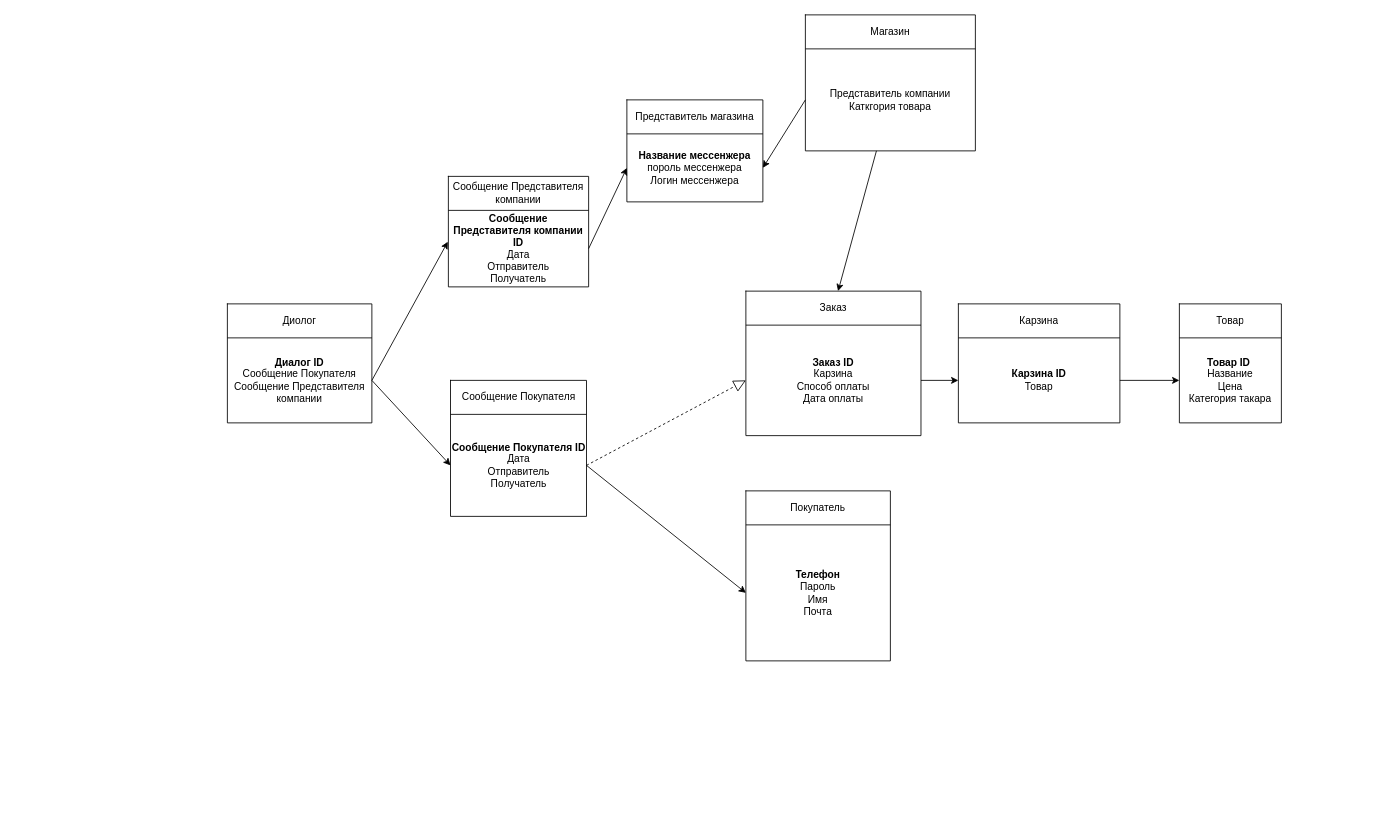
Earlier version of the draw.io diagram Untitled Diagram.drawio (HegelPro/db-diagram). Source tidied: cells renumbered, new cells numbered last; positions are measured from the earlier drawing's top-left corner, leaving out a move shared by most shapes. Both pictures are drawn from the tidied source at 85%, with x=0, y=0 at pixel (227, 14).
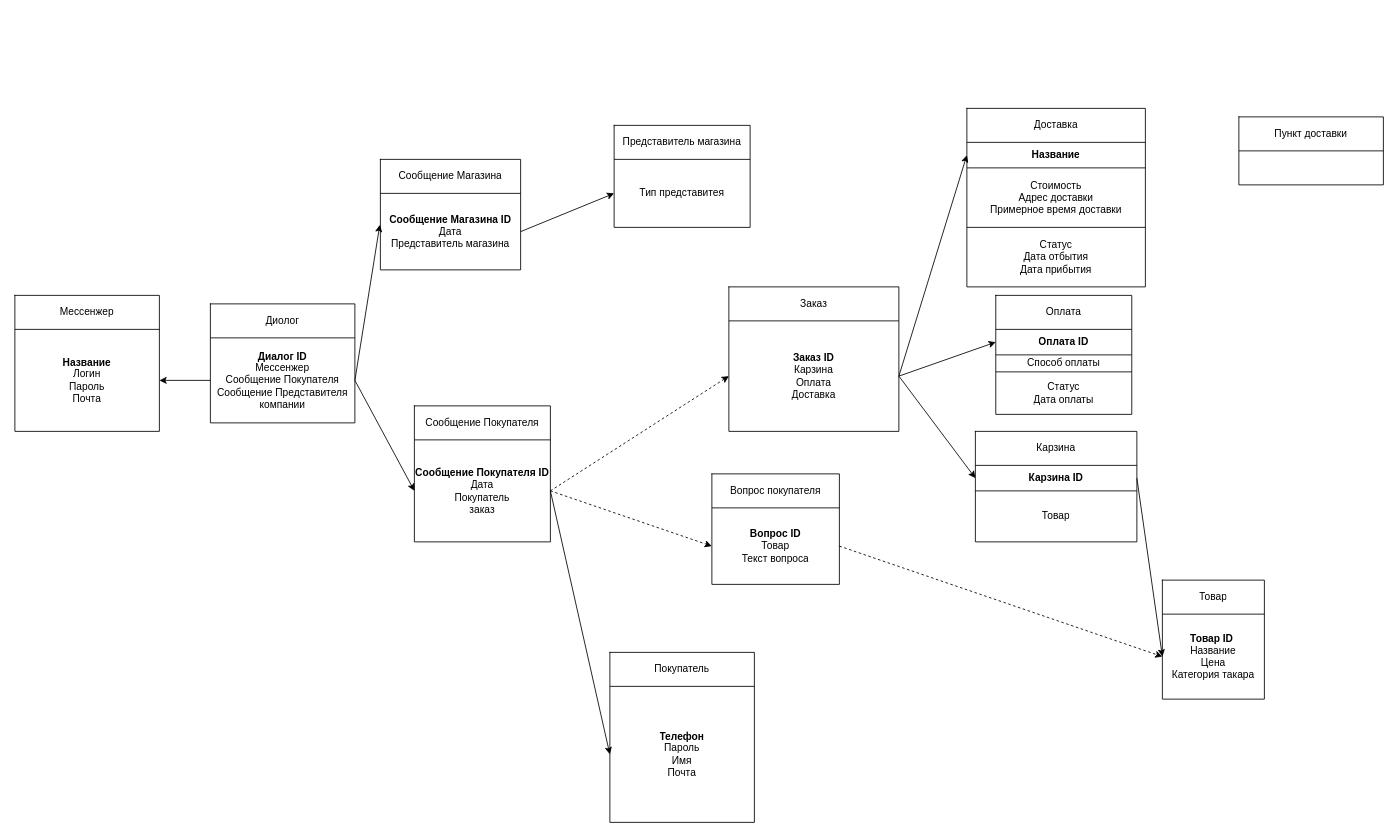
After the change.

Unchanged cells that the change refers to:
```xml
<mxCell id="11" style="shape=partialRectangle;html=1;whiteSpace=wrap;fillColor=none;top=0;left=0;bottom=0;right=0;points=[[0,0.5],[1,0.5]];portConstraint=eastwest;" parent="8" vertex="1">
  <mxGeometry y="40" width="160" height="120" as="geometry" />
</mxCell>
<mxCell id="16" style="shape=partialRectangle;html=1;whiteSpace=wrap;fillColor=none;top=0;left=0;bottom=0;right=0;points=[[0,0.5],[1,0.5]];portConstraint=eastwest;" parent="13" vertex="1">
  <mxGeometry y="40" width="170" height="100" as="geometry" />
</mxCell>
<mxCell id="21" style="shape=partialRectangle;html=1;whiteSpace=wrap;fillColor=none;top=0;left=0;bottom=0;right=0;points=[[0,0.5],[1,0.5]];portConstraint=eastwest;" parent="18" vertex="1">
  <mxGeometry y="40" width="120" height="100" as="geometry" />
</mxCell>
<mxCell id="41" style="shape=partialRectangle;html=1;whiteSpace=wrap;fillColor=none;top=0;left=0;bottom=0;right=0;points=[[0,0.5],[1,0.5]];portConstraint=eastwest;" parent="38" vertex="1">
  <mxGeometry y="40" width="160" height="80" as="geometry" />
</mxCell>
<mxCell id="44" style="shape=partialRectangle;html=1;whiteSpace=wrap;fillColor=none;top=0;left=0;bottom=0;right=0;points=[[0,0.5],[1,0.5]];portConstraint=eastwest;" parent="43" vertex="1">
  <mxGeometry width="165" height="40" as="geometry" />
</mxCell>
<mxCell id="47" style="shape=partialRectangle;html=1;whiteSpace=wrap;fillColor=none;top=0;left=0;bottom=0;right=0;points=[[0,0.5],[1,0.5]];portConstraint=eastwest;" parent="43" vertex="1">
  <mxGeometry y="40" width="165" height="90" as="geometry" />
</mxCell>
```

What changed in the source:
```diff
@@
     <mxCell id="3" style="shape=table;html=1;whiteSpace=wrap;startSize=0;childLayout=tableLayout;swimlaneFillColor=none;" parent="1" vertex="1">
-      <mxGeometry x="610" y="560" width="170" height="200" as="geometry" />
+      <mxGeometry x="450" y="750" width="170" height="200" as="geometry" />
     </mxCell>
@@
     <mxCell id="8" style="shape=table;html=1;whiteSpace=wrap;startSize=0;childLayout=tableLayout;" parent="1" vertex="1">
-      <mxGeometry x="262.5" y="430" width="160" height="160" as="geometry" />
+      <mxGeometry x="220" y="460" width="160" height="160" as="geometry" />
     </mxCell>
@@
-    <mxCell id="12" value="&lt;b&gt;Сообщение Покупателя ID&lt;/b&gt;&lt;br&gt;Дата&lt;br&gt;Отправитель&lt;br&gt;Получатель" style="shape=partialRectangle;html=1;whiteSpace=wrap;overflow=hidden;fillColor=none;top=0;left=0;bottom=0;right=0;" parent="11" vertex="1">
+    <mxCell id="12" value="&lt;b&gt;Сообщение Покупателя ID&lt;/b&gt;&lt;br&gt;Дата&lt;br&gt;Покупатель&lt;br&gt;заказ" style="shape=partialRectangle;html=1;whiteSpace=wrap;overflow=hidden;fillColor=none;top=0;left=0;bottom=0;right=0;" parent="11" vertex="1">
       <mxGeometry width="160" height="120" as="geometry" />
     </mxCell>
     <mxCell id="13" style="shape=table;html=1;whiteSpace=wrap;startSize=0;childLayout=tableLayout;" parent="1" vertex="1">
-      <mxGeometry y="340" width="170" height="140" as="geometry" />
+      <mxGeometry x="-20" y="340" width="170" height="140" as="geometry" />
     </mxCell>
@@
-    <mxCell id="17" value="&lt;b&gt;Диалог ID&lt;/b&gt;&lt;br&gt;Сообщение Покупателя&lt;br&gt;Сообщение Представителя компании" style="shape=partialRectangle;html=1;whiteSpace=wrap;overflow=hidden;fillColor=none;top=0;left=0;bottom=0;right=0;" parent="16" vertex="1">
+    <mxCell id="17" value="&lt;b&gt;Диалог ID&lt;br&gt;&lt;/b&gt;Мессенжер&lt;br&gt;Сообщение Покупателя&lt;br&gt;Сообщение Представителя компании" style="shape=partialRectangle;html=1;whiteSpace=wrap;overflow=hidden;fillColor=none;top=0;left=0;bottom=0;right=0;" parent="16" vertex="1">
       <mxGeometry width="170" height="100" as="geometry" />
     </mxCell>
     <mxCell id="18" style="shape=table;html=1;whiteSpace=wrap;startSize=0;childLayout=tableLayout;" parent="1" vertex="1">
-      <mxGeometry x="1120" y="340" width="120" height="140" as="geometry" />
+      <mxGeometry x="1100" y="665" width="120" height="140" as="geometry" />
     </mxCell>
@@
     <mxCell id="23" style="shape=table;html=1;whiteSpace=wrap;startSize=0;childLayout=tableLayout;" parent="1" vertex="1">
-      <mxGeometry x="860" y="340" width="190" height="140" as="geometry" />
+      <mxGeometry x="880" y="490" width="190" height="130" as="geometry" />
     </mxCell>
@@
     <mxCell id="26" style="shape=partialRectangle;html=1;whiteSpace=wrap;fillColor=none;top=0;left=0;bottom=0;right=0;points=[[0,0.5],[1,0.5]];portConstraint=eastwest;" parent="23" vertex="1">
-      <mxGeometry y="40" width="190" height="100" as="geometry" />
+      <mxGeometry y="40" width="190" height="30" as="geometry" />
     </mxCell>
-    <mxCell id="27" value="&lt;b&gt;Карзина ID&lt;/b&gt;&lt;br&gt;Товар" style="shape=partialRectangle;html=1;whiteSpace=wrap;overflow=hidden;fillColor=none;top=0;left=0;bottom=0;right=0;" parent="26" vertex="1">
-      <mxGeometry width="190" height="100" as="geometry" />
+    <mxCell id="27" value="&lt;b&gt;Карзина ID&lt;/b&gt;" style="shape=partialRectangle;html=1;whiteSpace=wrap;overflow=hidden;fillColor=none;top=0;left=0;bottom=0;right=0;" parent="26" vertex="1">
+      <mxGeometry width="190" height="30" as="geometry" />
     </mxCell>
+    <mxCell id="58" style="shape=partialRectangle;html=1;whiteSpace=wrap;fillColor=none;top=0;left=0;bottom=0;right=0;" parent="23" vertex="1">
+      <mxGeometry y="70" width="190" height="60" as="geometry" />
+    </mxCell>
+    <mxCell id="59" value="Товар" style="shape=partialRectangle;html=1;whiteSpace=wrap;overflow=hidden;fillColor=none;top=0;left=0;bottom=0;right=0;" parent="58" vertex="1">
+      <mxGeometry width="190" height="60" as="geometry" />
+    </mxCell>
     <mxCell id="28" style="shape=table;html=1;whiteSpace=wrap;startSize=0;childLayout=tableLayout;" parent="1" vertex="1">
-      <mxGeometry x="610" y="325" width="206" height="170" as="geometry" />
+      <mxGeometry x="590" y="320" width="200" height="170" as="geometry" />
     </mxCell>
     <mxCell id="29" style="shape=partialRectangle;html=1;whiteSpace=wrap;fillColor=none;top=0;left=0;bottom=0;right=0;points=[[0,0.5],[1,0.5]];portConstraint=eastwest;" parent="28" vertex="1">
-      <mxGeometry width="206" height="40" as="geometry" />
+      <mxGeometry width="200" height="40" as="geometry" />
     </mxCell>
     <mxCell id="30" value="Заказ" style="shape=partialRectangle;html=1;whiteSpace=wrap;overflow=hidden;fillColor=none;top=0;left=0;bottom=0;right=0;" parent="29" vertex="1">
-      <mxGeometry width="206" height="40" as="geometry" />
+      <mxGeometry width="200" height="40" as="geometry" />
     </mxCell>
     <mxCell id="31" style="shape=partialRectangle;html=1;whiteSpace=wrap;fillColor=none;top=0;left=0;bottom=0;right=0;points=[[0,0.5],[1,0.5]];portConstraint=eastwest;" parent="28" vertex="1">
-      <mxGeometry y="40" width="206" height="130" as="geometry" />
+      <mxGeometry y="40" width="200" height="130" as="geometry" />
     </mxCell>
-    <mxCell id="32" value="&lt;b&gt;Заказ ID&lt;/b&gt;&lt;br&gt;Карзина&lt;br&gt;Способ оплаты&lt;br&gt;Дата оплаты" style="shape=partialRectangle;html=1;whiteSpace=wrap;overflow=hidden;fillColor=none;top=0;left=0;bottom=0;right=0;" parent="31" vertex="1">
-      <mxGeometry width="206" height="130" as="geometry" />
+    <mxCell id="32" value="&lt;b&gt;Заказ ID&lt;/b&gt;&lt;br&gt;Карзина&lt;br&gt;Оплата&lt;br&gt;Доставка" style="shape=partialRectangle;html=1;whiteSpace=wrap;overflow=hidden;fillColor=none;top=0;left=0;bottom=0;right=0;" parent="31" vertex="1">
+      <mxGeometry width="200" height="130" as="geometry" />
     </mxCell>
-    <mxCell id="33" style="shape=table;html=1;whiteSpace=wrap;startSize=0;childLayout=tableLayout;" parent="1" vertex="1">
-      <mxGeometry x="680" width="200" height="160" as="geometry" />
-    </mxCell>
-    <mxCell id="34" style="shape=partialRectangle;html=1;whiteSpace=wrap;fillColor=none;top=0;left=0;bottom=0;right=0;" parent="33" vertex="1">
-      <mxGeometry width="200" height="40" as="geometry" />
-    </mxCell>
-    <mxCell id="35" value="Магазин" style="shape=partialRectangle;html=1;whiteSpace=wrap;overflow=hidden;fillColor=none;top=0;left=0;bottom=0;right=0;" parent="34" vertex="1">
-      <mxGeometry width="200" height="40" as="geometry" />
-    </mxCell>
-    <mxCell id="36" style="shape=partialRectangle;html=1;whiteSpace=wrap;fillColor=none;top=0;left=0;bottom=0;right=0;points=[[0,0.5],[1,0.5]];portConstraint=eastwest;" parent="33" vertex="1">
-      <mxGeometry y="40" width="200" height="120" as="geometry" />
-    </mxCell>
-    <mxCell id="37" value="Представитель компании&lt;br&gt;Каткгория товара" style="shape=partialRectangle;html=1;whiteSpace=wrap;overflow=hidden;fillColor=none;top=0;left=0;bottom=0;right=0;" parent="36" vertex="1">
-      <mxGeometry width="200" height="120" as="geometry" />
-    </mxCell>
     <mxCell id="38" style="shape=table;html=1;whiteSpace=wrap;startSize=0;childLayout=tableLayout;" parent="1" vertex="1">
-      <mxGeometry x="470" y="100" width="160" height="120" as="geometry" />
+      <mxGeometry x="455" y="130" width="160" height="120" as="geometry" />
     </mxCell>
@@
-    <mxCell id="42" value="&lt;b&gt;Название мессенжера&lt;/b&gt;&lt;br&gt;пороль мессенжера&lt;br&gt;Логин мессенжера" style="shape=partialRectangle;html=1;whiteSpace=wrap;overflow=hidden;fillColor=none;top=0;left=0;bottom=0;right=0;" parent="41" vertex="1">
+    <mxCell id="42" value="Тип представитея" style="shape=partialRectangle;html=1;whiteSpace=wrap;overflow=hidden;fillColor=none;top=0;left=0;bottom=0;right=0;" parent="41" vertex="1">
       <mxGeometry width="160" height="80" as="geometry" />
     </mxCell>
     <mxCell id="43" style="shape=table;html=1;whiteSpace=wrap;startSize=0;childLayout=tableLayout;shadow=0;" parent="1" vertex="1">
-      <mxGeometry x="260" y="190" width="165" height="130" as="geometry" />
+      <mxGeometry x="180" y="170" width="165" height="130" as="geometry" />
     </mxCell>
@@
-    <mxCell id="45" value="Сообщение Представителя компании" style="shape=partialRectangle;html=1;whiteSpace=wrap;overflow=hidden;fillColor=none;top=0;left=0;bottom=0;right=0;" parent="44" vertex="1">
+    <mxCell id="45" value="Сообщение Магазина" style="shape=partialRectangle;html=1;whiteSpace=wrap;overflow=hidden;fillColor=none;top=0;left=0;bottom=0;right=0;" parent="44" vertex="1">
       <mxGeometry width="165" height="40" as="geometry" />
     </mxCell>
@@
-    <mxCell id="48" value="&lt;b&gt;Сообщение Представителя компании ID&lt;/b&gt;&lt;br&gt;Дата&lt;br&gt;Отправитель&lt;br&gt;Получатель" style="shape=partialRectangle;html=1;whiteSpace=wrap;overflow=hidden;fillColor=none;top=0;left=0;bottom=0;right=0;" parent="47" vertex="1">
+    <mxCell id="48" value="&lt;b&gt;Сообщение Магазина ID&lt;/b&gt;&lt;br&gt;Дата&lt;br&gt;Представитель магазина" style="shape=partialRectangle;html=1;whiteSpace=wrap;overflow=hidden;fillColor=none;top=0;left=0;bottom=0;right=0;" parent="47" vertex="1">
       <mxGeometry width="165" height="90" as="geometry" />
     </mxCell>
@@
-    <mxCell id="55" style="edgeStyle=none;rounded=0;jettySize=auto;html=1;" parent="1" edge="1" source="36" target="29">
-      <mxGeometry relative="1" as="geometry" />
-    </mxCell>
-    <mxCell id="56" style="edgeStyle=none;rounded=0;jettySize=auto;html=1;exitX=0;exitY=0.5;exitDx=0;exitDy=0;entryX=1;entryY=0.5;entryDx=0;entryDy=0;" parent="1" edge="1" source="36" target="41">
-      <mxGeometry relative="1" as="geometry" />
-    </mxCell>
+    <mxCell id="60" style="shape=table;html=1;whiteSpace=wrap;startSize=0;childLayout=tableLayout;" parent="1" vertex="1">
+      <mxGeometry x="870" y="110" width="210" height="210" as="geometry" />
+    </mxCell>
+    <mxCell id="61" style="shape=partialRectangle;html=1;whiteSpace=wrap;fillColor=none;top=0;left=0;bottom=0;right=0;" parent="60" vertex="1">
+      <mxGeometry width="210" height="40" as="geometry" />
+    </mxCell>
+    <mxCell id="62" value="Доставка" style="shape=partialRectangle;html=1;whiteSpace=wrap;overflow=hidden;fillColor=none;top=0;left=0;bottom=0;right=0;" parent="61" vertex="1">
+      <mxGeometry width="210" height="40" as="geometry" />
+    </mxCell>
+    <mxCell id="63" style="shape=partialRectangle;html=1;whiteSpace=wrap;fillColor=none;top=0;left=0;bottom=0;right=0;points=[[0,0.5],[1,0.5]];portConstraint=eastwest;" parent="60" vertex="1">
+      <mxGeometry y="40" width="210" height="30" as="geometry" />
+    </mxCell>
+    <mxCell id="64" value="&lt;b&gt;Название&lt;/b&gt;" style="shape=partialRectangle;html=1;whiteSpace=wrap;overflow=hidden;fillColor=none;top=0;left=0;bottom=0;right=0;" parent="63" vertex="1">
+      <mxGeometry width="210" height="30" as="geometry" />
+    </mxCell>
+    <mxCell id="65" style="shape=partialRectangle;html=1;whiteSpace=wrap;fillColor=none;top=0;left=0;bottom=0;right=0;" parent="60" vertex="1">
+      <mxGeometry y="70" width="210" height="70" as="geometry" />
+    </mxCell>
+    <mxCell id="66" value="&lt;span&gt;Стоимость&lt;/span&gt;&lt;br&gt;&lt;span&gt;Адрес доставки&lt;/span&gt;&lt;br&gt;&lt;span&gt;Примерное время доставки&lt;/span&gt;" style="shape=partialRectangle;html=1;whiteSpace=wrap;overflow=hidden;fillColor=none;top=0;left=0;bottom=0;right=0;" parent="65" vertex="1">
+      <mxGeometry width="210" height="70" as="geometry" />
+    </mxCell>
+    <mxCell id="67" style="shape=partialRectangle;html=1;whiteSpace=wrap;fillColor=none;top=0;left=0;bottom=0;right=0;" parent="60" vertex="1">
+      <mxGeometry y="140" width="210" height="70" as="geometry" />
+    </mxCell>
+    <mxCell id="68" value="&lt;span&gt;Статус&lt;/span&gt;&lt;br&gt;&lt;span&gt;Дата отбытия&lt;/span&gt;&lt;br&gt;&lt;span&gt;Дата прибытия&lt;/span&gt;" style="shape=partialRectangle;html=1;whiteSpace=wrap;overflow=hidden;fillColor=none;top=0;left=0;bottom=0;right=0;" parent="67" vertex="1">
+      <mxGeometry width="210" height="70" as="geometry" />
+    </mxCell>
+    <mxCell id="69" style="shape=table;html=1;whiteSpace=wrap;startSize=0;childLayout=tableLayout;" parent="1" vertex="1">
+      <mxGeometry x="904" y="330" width="160" height="140" as="geometry" />
+    </mxCell>
+    <mxCell id="70" style="shape=partialRectangle;html=1;whiteSpace=wrap;fillColor=none;top=0;left=0;bottom=0;right=0;" parent="69" vertex="1">
+      <mxGeometry width="160" height="40" as="geometry" />
+    </mxCell>
+    <mxCell id="71" value="Оплата" style="shape=partialRectangle;html=1;whiteSpace=wrap;overflow=hidden;fillColor=none;top=0;left=0;bottom=0;right=0;" parent="70" vertex="1">
+      <mxGeometry width="160" height="40" as="geometry" />
+    </mxCell>
+    <mxCell id="72" style="shape=partialRectangle;html=1;whiteSpace=wrap;fillColor=none;top=0;left=0;bottom=0;right=0;points=[[0,0.5],[1,0.5]];portConstraint=eastwest;" parent="69" vertex="1">
+      <mxGeometry y="40" width="160" height="30" as="geometry" />
+    </mxCell>
+    <mxCell id="73" value="&lt;b&gt;Оплата ID&lt;/b&gt;" style="shape=partialRectangle;html=1;whiteSpace=wrap;overflow=hidden;fillColor=none;top=0;left=0;bottom=0;right=0;" parent="72" vertex="1">
+      <mxGeometry width="160" height="30" as="geometry" />
+    </mxCell>
+    <mxCell id="74" style="shape=partialRectangle;html=1;whiteSpace=wrap;fillColor=none;top=0;left=0;bottom=0;right=0;" parent="69" vertex="1">
+      <mxGeometry y="70" width="160" height="20" as="geometry" />
+    </mxCell>
+    <mxCell id="75" value="Способ оплаты" style="shape=partialRectangle;html=1;whiteSpace=wrap;overflow=hidden;fillColor=none;top=0;left=0;bottom=0;right=0;" parent="74" vertex="1">
+      <mxGeometry width="160" height="20" as="geometry" />
+    </mxCell>
+    <mxCell id="76" style="shape=partialRectangle;html=1;whiteSpace=wrap;fillColor=none;top=0;left=0;bottom=0;right=0;" parent="69" vertex="1">
+      <mxGeometry y="90" width="160" height="50" as="geometry" />
+    </mxCell>
+    <mxCell id="77" value="Статус&lt;br&gt;Дата оплаты" style="shape=partialRectangle;html=1;whiteSpace=wrap;overflow=hidden;fillColor=none;top=0;left=0;bottom=0;right=0;" parent="76" vertex="1">
+      <mxGeometry width="160" height="50" as="geometry" />
+    </mxCell>
+    <mxCell id="78" style="edgeStyle=none;rounded=0;jettySize=auto;html=1;exitX=1;exitY=0.5;exitDx=0;exitDy=0;entryX=0;entryY=0.5;entryDx=0;entryDy=0;" parent="1" edge="1" source="31" target="63">
+      <mxGeometry relative="1" as="geometry" />
+    </mxCell>
+    <mxCell id="79" style="edgeStyle=none;rounded=0;jettySize=auto;html=1;exitX=1;exitY=0.5;exitDx=0;exitDy=0;entryX=0;entryY=0.5;entryDx=0;entryDy=0;" parent="1" edge="1" source="31" target="72">
+      <mxGeometry relative="1" as="geometry" />
+    </mxCell>
+    <mxCell id="80" style="shape=table;html=1;whiteSpace=wrap;startSize=0;childLayout=tableLayout;" parent="1" vertex="1">
+      <mxGeometry x="-250" y="330" width="170" height="160" as="geometry" />
+    </mxCell>
+    <mxCell id="81" style="shape=partialRectangle;html=1;whiteSpace=wrap;fillColor=none;top=0;left=0;bottom=0;right=0;" parent="80" vertex="1">
+      <mxGeometry width="170" height="40" as="geometry" />
+    </mxCell>
+    <mxCell id="82" value="Мессенжер" style="shape=partialRectangle;html=1;whiteSpace=wrap;overflow=hidden;fillColor=none;top=0;left=0;bottom=0;right=0;" parent="81" vertex="1">
+      <mxGeometry width="170" height="40" as="geometry" />
+    </mxCell>
+    <mxCell id="83" style="shape=partialRectangle;html=1;whiteSpace=wrap;fillColor=none;top=0;left=0;bottom=0;right=0;points=[[0,0.5],[1,0.5]];portConstraint=eastwest;" parent="80" vertex="1">
+      <mxGeometry y="40" width="170" height="120" as="geometry" />
+    </mxCell>
+    <mxCell id="84" value="&lt;b&gt;Название&lt;br&gt;&lt;/b&gt;Логин&lt;br&gt;Пароль&lt;br&gt;Почта" style="shape=partialRectangle;html=1;whiteSpace=wrap;overflow=hidden;fillColor=none;top=0;left=0;bottom=0;right=0;" parent="83" vertex="1">
+      <mxGeometry width="170" height="120" as="geometry" />
+    </mxCell>
+    <mxCell id="85" style="edgeStyle=none;rounded=0;jettySize=auto;html=1;exitX=0;exitY=0.5;exitDx=0;exitDy=0;entryX=1;entryY=0.5;entryDx=0;entryDy=0;" parent="1" edge="1" source="16" target="83">
+      <mxGeometry relative="1" as="geometry" />
+    </mxCell>
+    <mxCell id="86" style="shape=table;html=1;whiteSpace=wrap;startSize=0;childLayout=tableLayout;" parent="1" vertex="1">
+      <mxGeometry x="570" y="540" width="150" height="130" as="geometry" />
+    </mxCell>
+    <mxCell id="87" style="shape=partialRectangle;html=1;whiteSpace=wrap;fillColor=none;top=0;left=0;bottom=0;right=0;" parent="86" vertex="1">
+      <mxGeometry width="150" height="40" as="geometry" />
+    </mxCell>
+    <mxCell id="88" value="Вопрос покупателя" style="shape=partialRectangle;html=1;whiteSpace=wrap;overflow=hidden;fillColor=none;top=0;left=0;bottom=0;right=0;" parent="87" vertex="1">
+      <mxGeometry width="150" height="40" as="geometry" />
+    </mxCell>
+    <mxCell id="89" style="shape=partialRectangle;html=1;whiteSpace=wrap;fillColor=none;top=0;left=0;bottom=0;right=0;points=[[0,0.5],[1,0.5]];portConstraint=eastwest;" parent="86" vertex="1">
+      <mxGeometry y="40" width="150" height="90" as="geometry" />
+    </mxCell>
+    <mxCell id="90" value="&lt;b&gt;Вопрос ID&lt;/b&gt;&lt;br&gt;Товар&lt;br&gt;Текст вопроса" style="shape=partialRectangle;html=1;whiteSpace=wrap;overflow=hidden;fillColor=none;top=0;left=0;bottom=0;right=0;" parent="89" vertex="1">
+      <mxGeometry width="150" height="90" as="geometry" />
+    </mxCell>
+    <mxCell id="91" style="edgeStyle=none;jettySize=auto;html=1;exitX=1;exitY=0.5;exitDx=0;exitDy=0;entryX=0;entryY=0.5;entryDx=0;entryDy=0;dashed=1;rounded=0;" parent="1" edge="1" source="11" target="89">
+      <mxGeometry relative="1" as="geometry" />
+    </mxCell>
-    <mxCell id="57" style="endArrow=block;dashed=1;endFill=0;endSize=12;html=1;entryX=0;entryY=0.5;entryDx=0;entryDy=0;exitX=1;exitY=0.5;exitDx=0;exitDy=0;" parent="1" edge="1" source="11" target="31">
+    <mxCell id="57" style="edgeStyle=none;rounded=0;jettySize=auto;html=1;exitX=1;exitY=0.5;exitDx=0;exitDy=0;entryX=0;entryY=0.5;entryDx=0;entryDy=0;dashed=1;" parent="1" edge="1" source="11" target="31">
       <mxGeometry relative="1" as="geometry" />
     </mxCell>
+    <mxCell id="92" style="edgeStyle=none;rounded=0;jettySize=auto;html=1;exitX=1;exitY=0.5;exitDx=0;exitDy=0;entryX=0;entryY=0.5;entryDx=0;entryDy=0;dashed=1;" parent="1" edge="1" source="89" target="21">
+      <mxGeometry relative="1" as="geometry" />
+    </mxCell>
+    <mxCell id="93" style="shape=table;html=1;whiteSpace=wrap;startSize=0;childLayout=tableLayout;" parent="1" vertex="1">
+      <mxGeometry x="1190" y="120" width="170" height="80" as="geometry" />
+    </mxCell>
+    <mxCell id="94" style="shape=partialRectangle;html=1;whiteSpace=wrap;fillColor=none;top=0;left=0;bottom=0;right=0;" parent="93" vertex="1">
+      <mxGeometry width="170" height="40" as="geometry" />
+    </mxCell>
+    <mxCell id="95" value="Пункт доставки" style="shape=partialRectangle;html=1;whiteSpace=wrap;overflow=hidden;fillColor=none;top=0;left=0;bottom=0;right=0;" parent="94" vertex="1">
+      <mxGeometry width="170" height="40" as="geometry" />
+    </mxCell>
+    <mxCell id="96" style="shape=partialRectangle;html=1;whiteSpace=wrap;fillColor=none;top=0;left=0;bottom=0;right=0;" parent="93" vertex="1">
+      <mxGeometry y="40" width="170" height="40" as="geometry" />
+    </mxCell>
+    <mxCell id="97" style="shape=partialRectangle;html=1;whiteSpace=wrap;overflow=hidden;fillColor=none;top=0;left=0;bottom=0;right=0;" parent="96" vertex="1">
+      <mxGeometry width="170" height="40" as="geometry" />
+    </mxCell>
```
